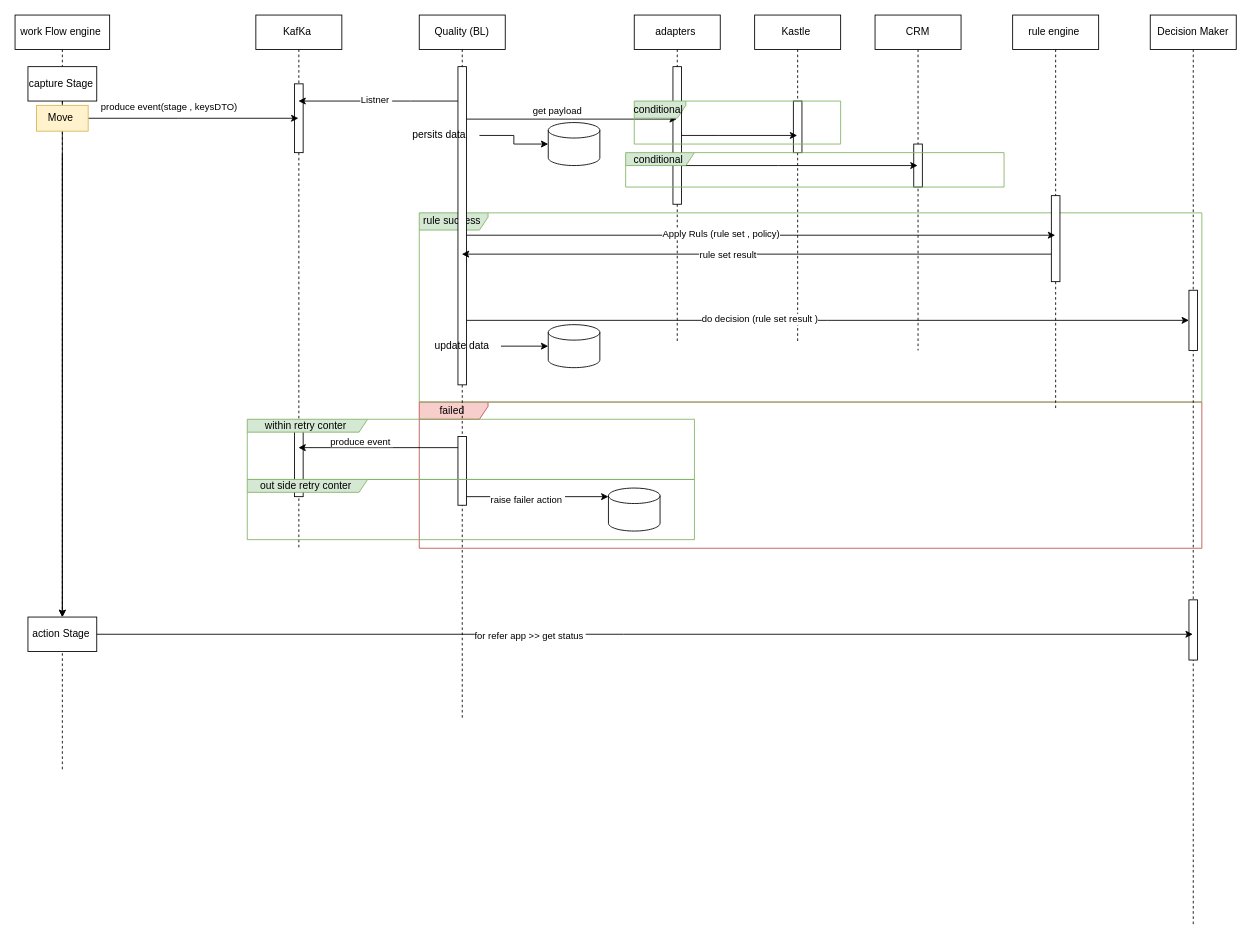
The draw.io diagram page "seq" (9 of 9) of Migration[1].drawio in MHosnii/DrawIo, before the edit. Source tidied: cells renumbered, new cells numbered last; positions are measured from the earlier drawing's top-left corner, leaving out a move shared by most shapes. Both pictures are drawn from the tidied source at 86%, with x=0, y=0 at pixel (15, 15).
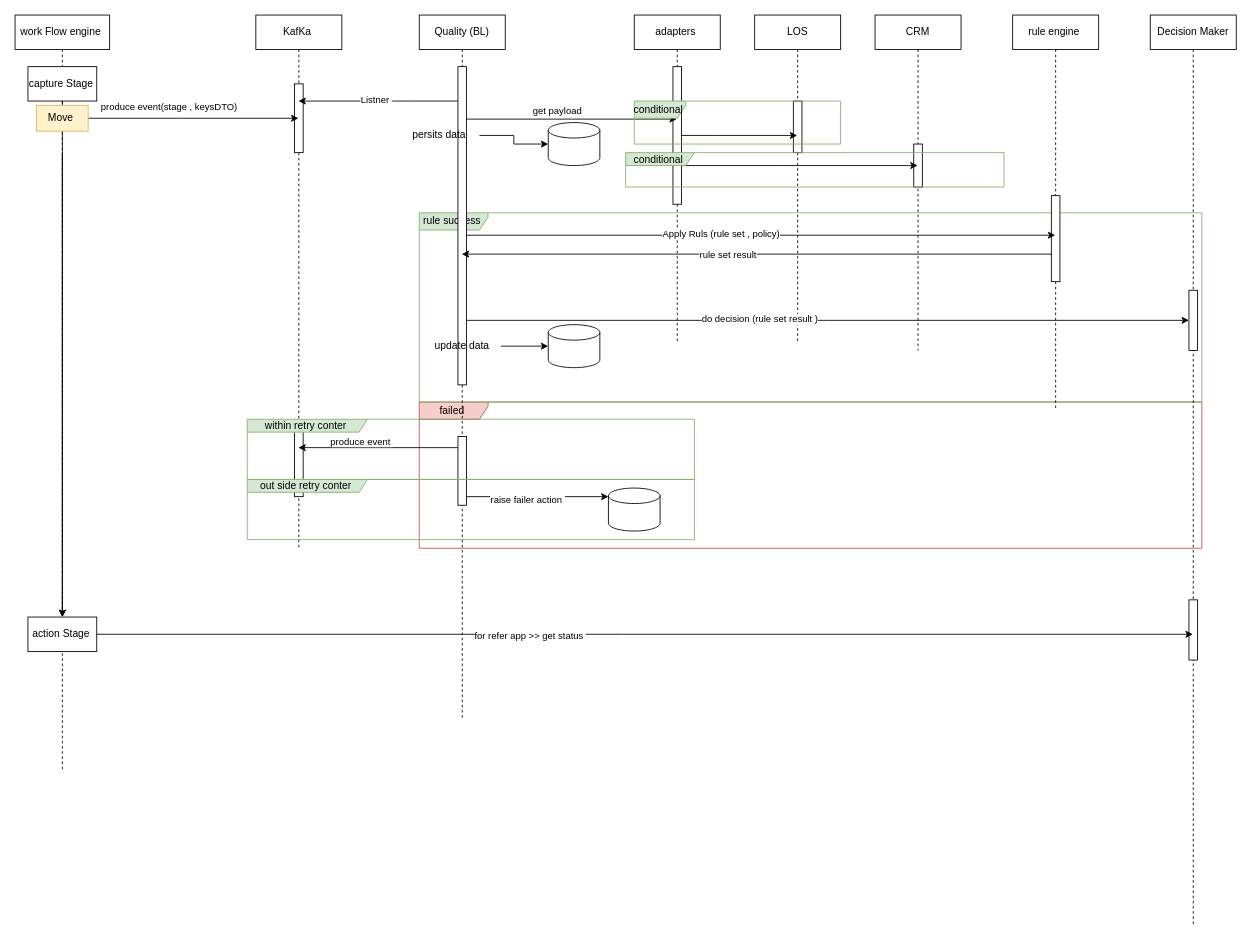
The same page after the edit.

Change to the diagram source:
```diff
@@
-    <mxCell id="16" value="Kastle&amp;nbsp;" style="shape=umlLifeline;perimeter=lifelinePerimeter;whiteSpace=wrap;html=1;outlineConnect=0;portConstraint=eastwest;newEdgeStyle={&quot;edgeStyle&quot;:&quot;elbowEdgeStyle&quot;,&quot;elbow&quot;:&quot;vertical&quot;,&quot;curved&quot;:0,&quot;rounded&quot;:0};" parent="1" vertex="1">
+    <mxCell id="16" value="LOS" style="shape=umlLifeline;perimeter=lifelinePerimeter;whiteSpace=wrap;html=1;outlineConnect=0;portConstraint=eastwest;newEdgeStyle={&quot;edgeStyle&quot;:&quot;elbowEdgeStyle&quot;,&quot;elbow&quot;:&quot;vertical&quot;,&quot;curved&quot;:0,&quot;rounded&quot;:0};" parent="1" vertex="1">
       <mxGeometry x="860" width="100" height="380" as="geometry" />
     </mxCell>
```
